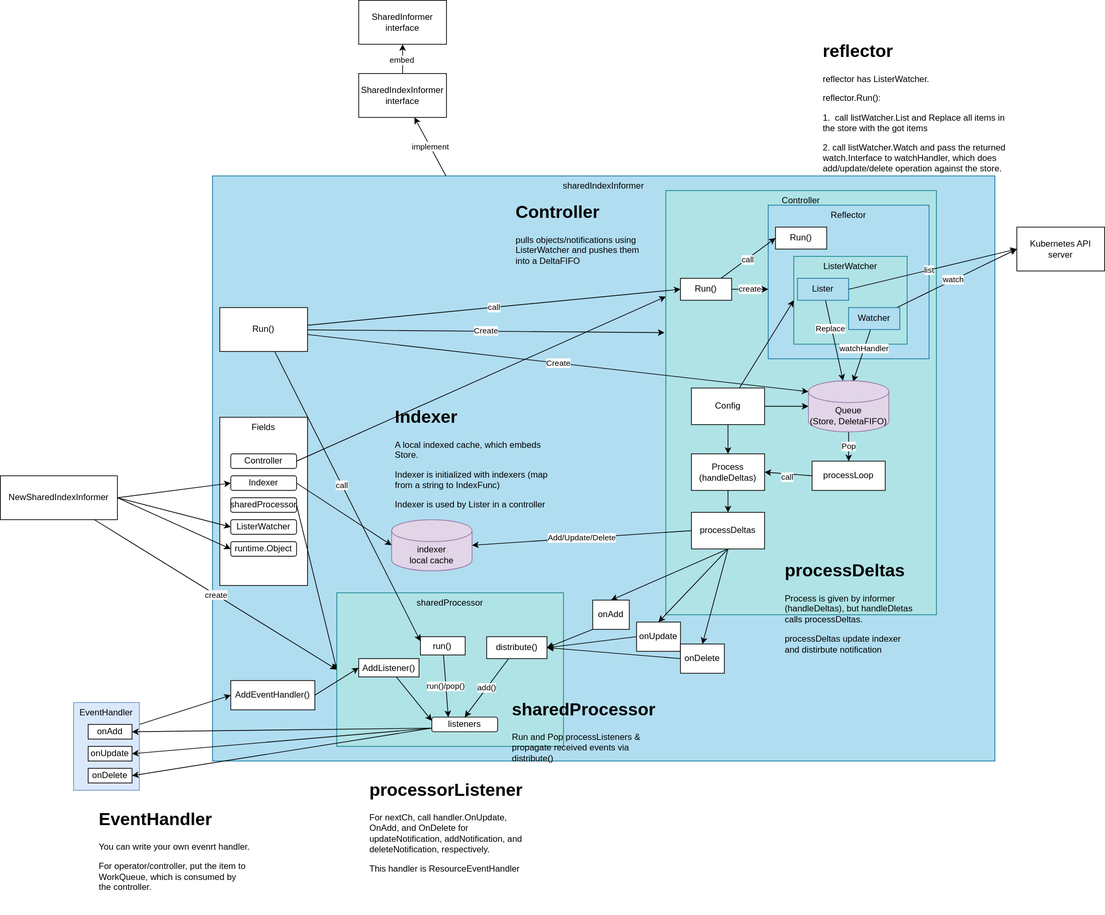
The draw.io diagram contents/kubernetes-operator/client-go/informer/informer.drawio.svg in nakamasato/kubernetes-training, before a commit. Source tidied: cells renumbered, new cells last; positions are measured from the earlier drawing's top-left corner, leaving out a move shared by most shapes.
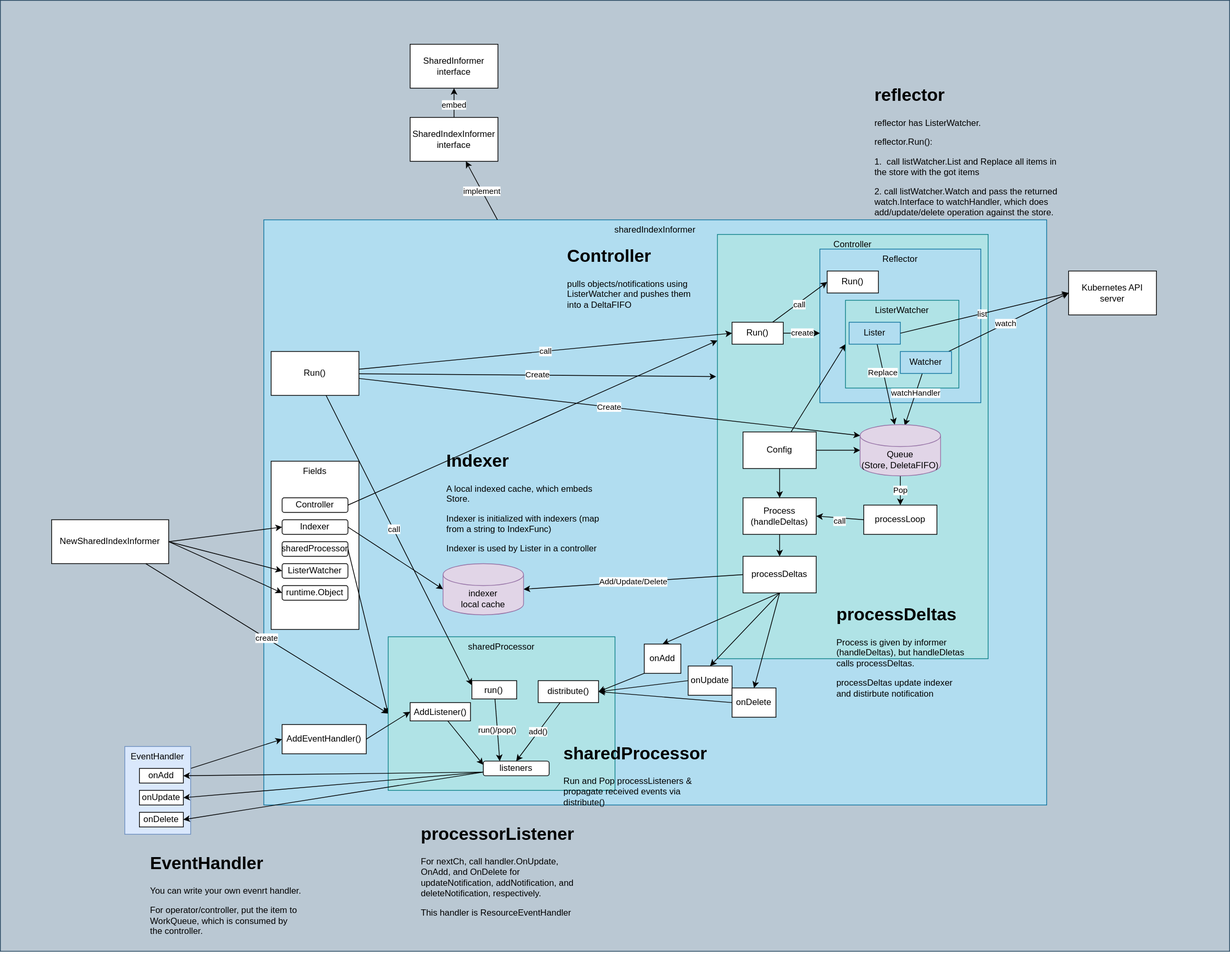
The same file after the commit.

What changed in the source:
```diff
@@ -2,6 +2,9 @@
   <root>
     <mxCell id="0" />
     <mxCell id="1" parent="0" />
+    <mxCell id="97" style="rounded=0;whiteSpace=wrap;html=1;fillColor=#bac8d3;strokeColor=#23445d;" parent="1" vertex="1">
+      <mxGeometry x="-70" y="-60" width="1680" height="1300" as="geometry" />
+    </mxCell>
     <mxCell id="2" value="sharedIndexInformer" style="rounded=0;whiteSpace=wrap;html=1;verticalAlign=top;fillColor=#b1ddf0;strokeColor=#10739e;" parent="1" vertex="1">
       <mxGeometry x="290" y="240" width="1070" height="800" as="geometry" />
     </mxCell>
```
